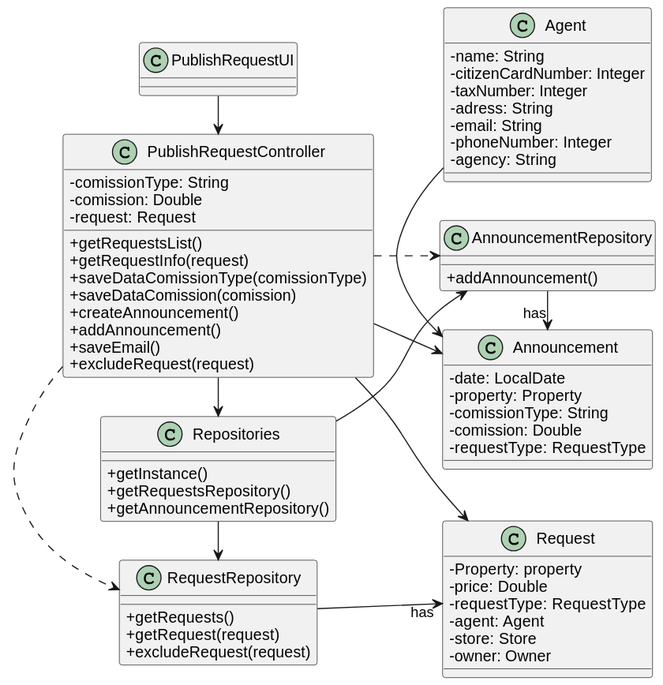
Earlier version of the PlantUML export docs/sprintD/us008/03.design/svg/us008-class-diagram.svg (1220812/LAPR2). The source it was exported from:
```plantuml
@startuml
skinparam packageStyle rectangle
skinparam shadowing false
skinparam linetype polyline
skinparam linetype orto

skinparam classAttributeIconSize 0

left to right direction

class PublishRequestUI

class PublishRequestController
{
    -comissionType: String
    -comission: Double
    -request: Request
    +getRequestsList()
    +getRequestInfo(request)
    +saveDataComissionType(comissionType)
    +saveDataComission(comission)
    +createAnnouncement()
    +addAnnouncement()
    +saveEmail()
    +excludeRequest(request)
}

class Repositories
{
    +getInstance()
    +getRequestsRepository()
    +getAnnouncementRepository()
}

class RequestRepository
{
    +getRequests()
    +getRequest(request)
    +excludeRequest(request)
}

class AnnouncementRepository
{
    +addAnnouncement()

}

class Announcement
{
    -date: LocalDate
    -property: Property
    -comissionType: String
    -comission: Double
    -requestType: RequestType
}

class Agent
{
    -name: String
    -citizenCardNumber: Integer
    -taxNumber: Integer
    -adress: String
    -email: String
    -phoneNumber: Integer
    -agency: String
}

Class Request
{
     -Property: property
     -price: Double
     -requestType: RequestType
     -agent: Agent
     -store: Store
     -owner: Owner
}

PublishRequestUI -> PublishRequestController
PublishRequestController -> Repositories
Repositories -> AnnouncementRepository
Repositories -> RequestRepository
Agent -> Announcement
AnnouncementRepository -> "has" Announcement
RequestRepository --> "has" Request
PublishRequestController --> Announcement
PublishRequestController ..> AnnouncementRepository
PublishRequestController .> RequestRepository
PublishRequestController --> Request
@enduml
```
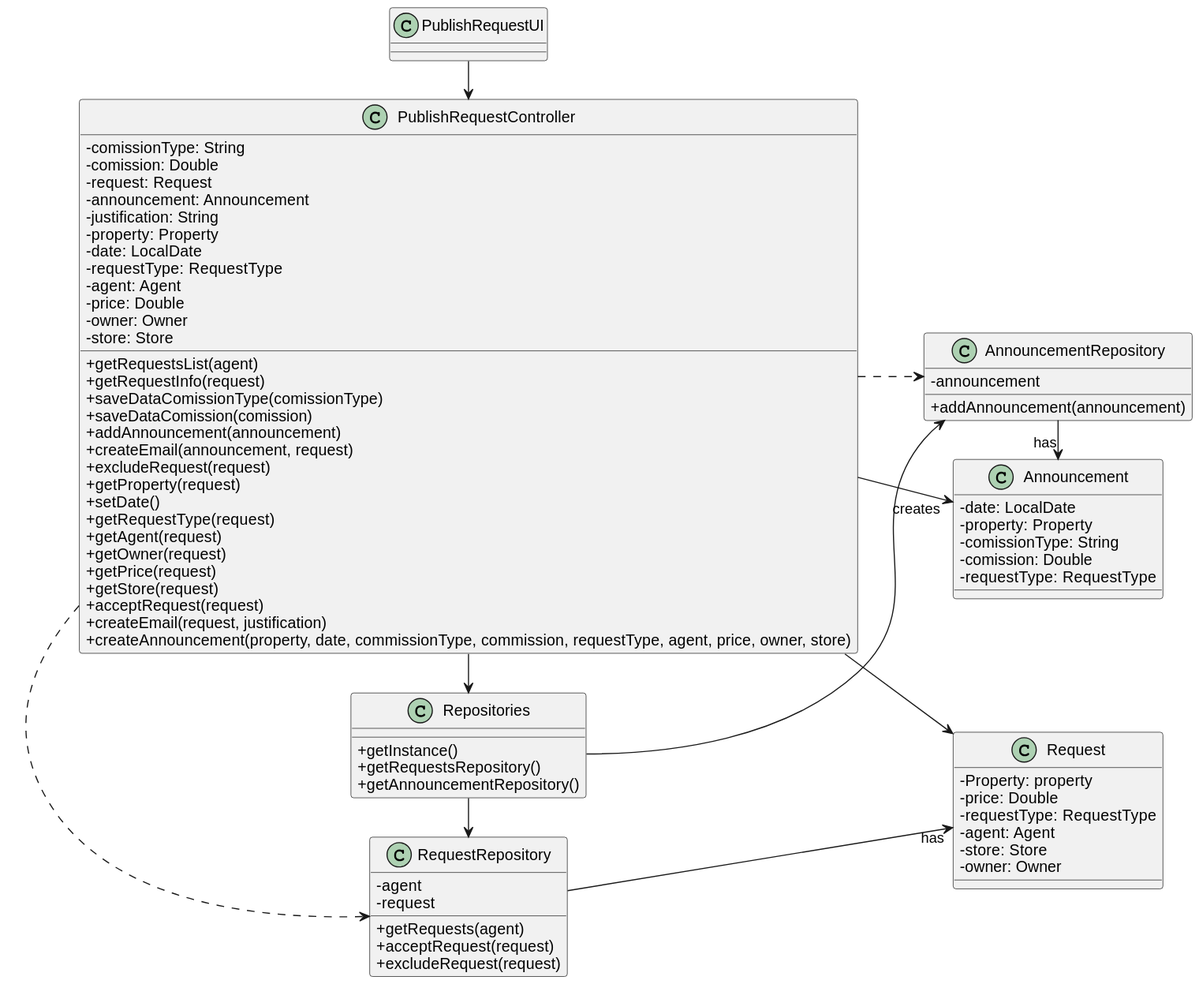
The same diagram one commit later.

Diff of the diagram source:
```diff
@@ -15,14 +15,32 @@
     -comissionType: String
     -comission: Double
     -request: Request
-    +getRequestsList()
+    -announcement: Announcement
+    -justification: String
+    -property: Property
+    -date: LocalDate
+    -requestType: RequestType
+    -agent: Agent
+    -price: Double
+    -owner: Owner
+    -store: Store
+    +getRequestsList(agent)
     +getRequestInfo(request)
     +saveDataComissionType(comissionType)
     +saveDataComission(comission)
-    +createAnnouncement()
-    +addAnnouncement()
-    +saveEmail()
+    +addAnnouncement(announcement)
+    +createEmail(announcement, request)
     +excludeRequest(request)
+    +getProperty(request)
+    +setDate()
+    +getRequestType(request)
+    +getAgent(request)
+    +getOwner(request)
+    +getPrice(request)
+    +getStore(request)
+    +acceptRequest(request)
+    +createEmail(request, justification)
+    +createAnnouncement(property, date, commissionType, commission, requestType, agent, price, owner, store)
 }
 
 class Repositories
@@ -34,14 +52,17 @@
 
 class RequestRepository
 {
-    +getRequests()
-    +getRequest(request)
+    -agent
+    -request
+    +getRequests(agent)
+    +acceptRequest(request)
     +excludeRequest(request)
 }
 
 class AnnouncementRepository
 {
-    +addAnnouncement()
+    -announcement
+    +addAnnouncement(announcement)
 
 }
 
@@ -54,16 +75,6 @@
     -requestType: RequestType
 }
 
-class Agent
-{
-    -name: String
-    -citizenCardNumber: Integer
-    -taxNumber: Integer
-    -adress: String
-    -email: String
-    -phoneNumber: Integer
-    -agency: String
-}
 
 Class Request
 {
@@ -79,10 +90,9 @@
 PublishRequestController -> Repositories
 Repositories -> AnnouncementRepository
 Repositories -> RequestRepository
-Agent -> Announcement
 AnnouncementRepository -> "has" Announcement
 RequestRepository --> "has" Request
-PublishRequestController --> Announcement
+PublishRequestController --> "creates "Announcement
 PublishRequestController ..> AnnouncementRepository
 PublishRequestController .> RequestRepository
 PublishRequestController --> Request
```
